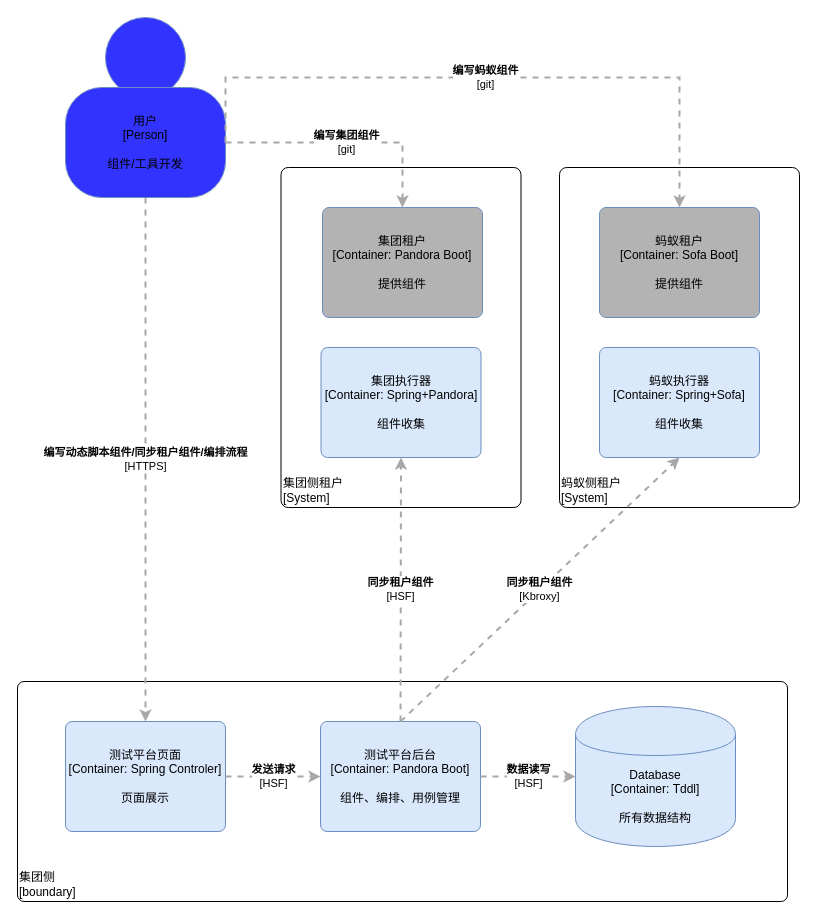
Above: 开发容器图.drawio in JimmyKsdas/TestPlantForm (draw.io), before the change. Source tidied: cells renumbered, new cells numbered last; positions are measured from the earlier drawing's top-left corner, leaving out a move shared by most shapes. Both pictures are drawn from the tidied source at 100%, with x=0, y=0 at pixel (17, 17).
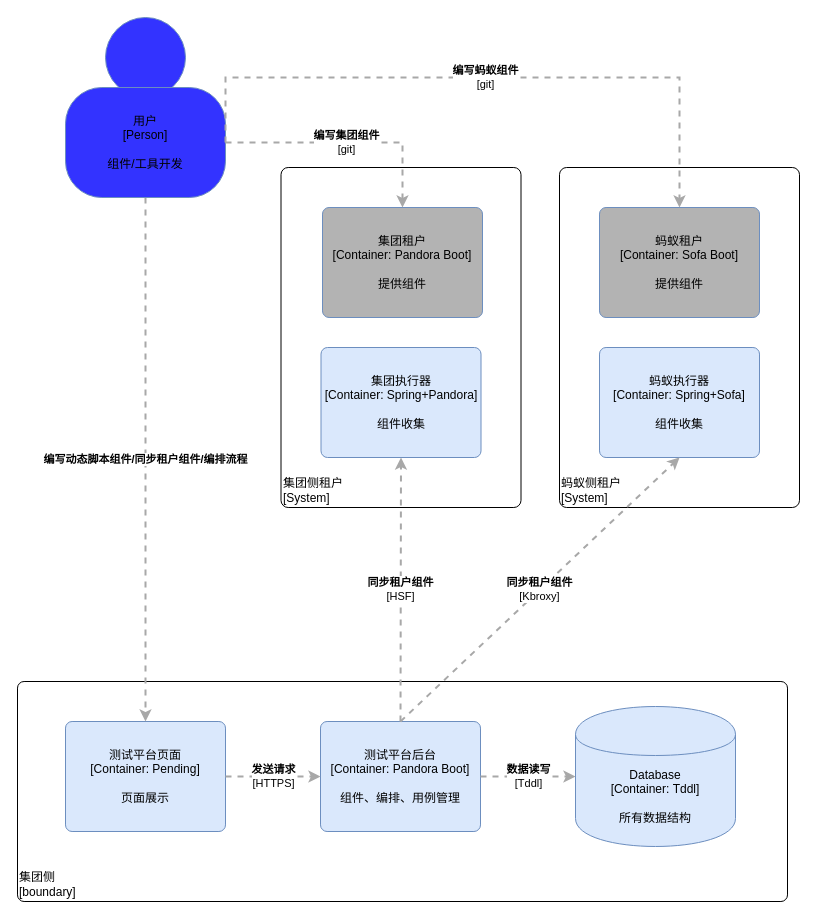
The same diagram, later.

Commit message:
Update 开发容器图.drawio

Unchanged cells that the change refers to:
```xml
<mxCell id="5" value="&lt;span&gt;测试平台后台&lt;/span&gt;&lt;div&gt;[Container:&amp;nbsp;&lt;span&gt;Pandora Boot&lt;/span&gt;&lt;span&gt;]&lt;/span&gt;&lt;/div&gt;&lt;div&gt;&lt;br&gt;&lt;/div&gt;&lt;div&gt;组件、编排、用例管理&lt;/div&gt;" style="rounded=1;whiteSpace=wrap;html=1;labelBackgroundColor=none;fillColor=#dae8fc;fontColor=#000000;align=center;arcSize=6;strokeColor=#6c8ebf;shadow=0;" parent="1" vertex="1">
  <mxGeometry x="303" y="704" width="160" height="110" as="geometry" />
</mxCell>
<mxCell id="6" value="&lt;span&gt;Database&lt;/span&gt;&lt;div&gt;[Container:&amp;nbsp;Tddl]&lt;/div&gt;&lt;div&gt;&lt;br&gt;&lt;/div&gt;&lt;div&gt;所有数据结构&lt;/div&gt;" style="shape=cylinder;whiteSpace=wrap;html=1;boundedLbl=1;rounded=0;labelBackgroundColor=none;fillColor=#dae8fc;fontSize=12;fontColor=#000000;align=center;strokeColor=#6c8ebf;shadow=0;" parent="1" vertex="1">
  <mxGeometry x="558" y="689" width="160" height="140" as="geometry" />
</mxCell>
<mxCell id="19" value="用户&lt;div&gt;[Person]&lt;/div&gt;&lt;div&gt;&lt;br&gt;&lt;/div&gt;&lt;div&gt;组件/工具开发" style="rounded=1;whiteSpace=wrap;html=1;labelBackgroundColor=none;fillColor=#3333FF;fontColor=#000000;align=center;arcSize=33;strokeColor=#6c8ebf;" parent="1" vertex="1">
  <mxGeometry x="48" y="70" width="160" height="110" as="geometry" />
</mxCell>
```

The edit, as a diff of the source:
```diff
@@
-    <mxCell id="4" value="&lt;span&gt;测试平台页面&lt;/span&gt;&lt;div&gt;[Container:&amp;nbsp;&lt;span&gt;Spring Controler&lt;/span&gt;&lt;span&gt;]&lt;/span&gt;&lt;/div&gt;&lt;div&gt;&lt;br&gt;&lt;/div&gt;&lt;div&gt;页面展示&lt;/div&gt;" style="rounded=1;whiteSpace=wrap;html=1;labelBackgroundColor=none;fillColor=#dae8fc;fontColor=#000000;align=center;arcSize=6;strokeColor=#6c8ebf;shadow=0;" parent="1" vertex="1">
+    <mxCell id="4" value="&lt;span&gt;测试平台页面&lt;/span&gt;&lt;div&gt;[Container:&amp;nbsp;&lt;span&gt;Pending&lt;/span&gt;&lt;span&gt;]&lt;/span&gt;&lt;/div&gt;&lt;div&gt;&lt;br&gt;&lt;/div&gt;&lt;div&gt;页面展示&lt;/div&gt;" style="rounded=1;whiteSpace=wrap;html=1;labelBackgroundColor=none;fillColor=#dae8fc;fontColor=#000000;align=center;arcSize=6;strokeColor=#6c8ebf;shadow=0;" parent="1" vertex="1">
       <mxGeometry x="48" y="704" width="160" height="110" as="geometry" />
     </mxCell>
@@
-    <mxCell id="7" value="&lt;div style=&quot;text-align: left&quot;&gt;&lt;div style=&quot;text-align: center&quot;&gt;&lt;b&gt;发送请求&lt;/b&gt;&lt;/div&gt;&lt;div style=&quot;text-align: center&quot;&gt;[HSF]&lt;/div&gt;&lt;/div&gt;" style="edgeStyle=none;rounded=0;html=1;entryX=0;entryY=0.5;jettySize=auto;strokeColor=#A8A8A8;strokeWidth=2;fontColor=#000000;jumpStyle=none;dashed=1;exitX=1;exitY=0.5;exitDx=0;exitDy=0;entryDx=0;entryDy=0;" parent="1" edge="1" source="4" target="5">
+    <mxCell id="7" value="&lt;div style=&quot;text-align: left&quot;&gt;&lt;div style=&quot;text-align: center&quot;&gt;&lt;b&gt;发送请求&lt;/b&gt;&lt;/div&gt;&lt;div style=&quot;text-align: center&quot;&gt;[HTTPS]&lt;/div&gt;&lt;/div&gt;" style="edgeStyle=none;rounded=0;html=1;entryX=0;entryY=0.5;jettySize=auto;strokeColor=#A8A8A8;strokeWidth=2;fontColor=#000000;jumpStyle=none;dashed=1;exitX=1;exitY=0.5;exitDx=0;exitDy=0;entryDx=0;entryDy=0;" parent="1" edge="1" source="4" target="5">
       <mxGeometry relative="1" as="geometry" />
     </mxCell>
-    <mxCell id="8" value="&lt;div style=&quot;text-align: left&quot;&gt;&lt;div style=&quot;text-align: center&quot;&gt;&lt;b&gt;数据读写&lt;/b&gt;&lt;/div&gt;&lt;div style=&quot;text-align: center&quot;&gt;[HSF]&lt;/div&gt;&lt;/div&gt;" style="edgeStyle=none;rounded=0;html=1;entryX=0;entryY=0.5;jettySize=auto;strokeColor=#A8A8A8;strokeWidth=2;fontColor=#000000;jumpStyle=none;dashed=1;exitX=1;exitY=0.5;exitDx=0;exitDy=0;entryDx=0;entryDy=0;" parent="1" edge="1" source="5" target="6">
+    <mxCell id="8" value="&lt;div style=&quot;text-align: left&quot;&gt;&lt;div style=&quot;text-align: center&quot;&gt;&lt;b&gt;数据读写&lt;/b&gt;&lt;/div&gt;&lt;div style=&quot;text-align: center&quot;&gt;[Tddl]&lt;/div&gt;&lt;/div&gt;" style="edgeStyle=none;rounded=0;html=1;entryX=0;entryY=0.5;jettySize=auto;strokeColor=#A8A8A8;strokeWidth=2;fontColor=#000000;jumpStyle=none;dashed=1;exitX=1;exitY=0.5;exitDx=0;exitDy=0;entryDx=0;entryDy=0;" parent="1" edge="1" source="5" target="6">
       <mxGeometry relative="1" as="geometry" />
     </mxCell>
-    <mxCell id="9" value="&lt;div style=&quot;text-align: left&quot;&gt;&lt;div style=&quot;text-align: center&quot;&gt;&lt;b&gt;编写动态脚本组件&lt;/b&gt;&lt;b&gt;/同步租户组件/编排流程&lt;/b&gt;&lt;/div&gt;&lt;div style=&quot;text-align: center&quot;&gt;[HTTPS]&lt;/div&gt;&lt;/div&gt;" style="edgeStyle=none;rounded=0;html=1;entryX=0.5;entryY=0;jettySize=auto;strokeColor=#A8A8A8;strokeWidth=2;fontColor=#000000;jumpStyle=none;dashed=1;exitX=0.5;exitY=1;exitDx=0;exitDy=0;entryDx=0;entryDy=0;" parent="1" edge="1" source="19" target="4">
+    <mxCell id="9" value="&lt;div style=&quot;text-align: left&quot;&gt;&lt;div style=&quot;text-align: center&quot;&gt;&lt;b&gt;编写动态脚本组件&lt;/b&gt;&lt;b&gt;/同步租户组件/编排流程&lt;/b&gt;&lt;/div&gt;&lt;/div&gt;" style="edgeStyle=none;rounded=0;html=1;entryX=0.5;entryY=0;jettySize=auto;strokeColor=#A8A8A8;strokeWidth=2;fontColor=#000000;jumpStyle=none;dashed=1;exitX=0.5;exitY=1;exitDx=0;exitDy=0;entryDx=0;entryDy=0;" parent="1" edge="1" source="19" target="4">
       <mxGeometry relative="1" as="geometry" />
     </mxCell>
```
